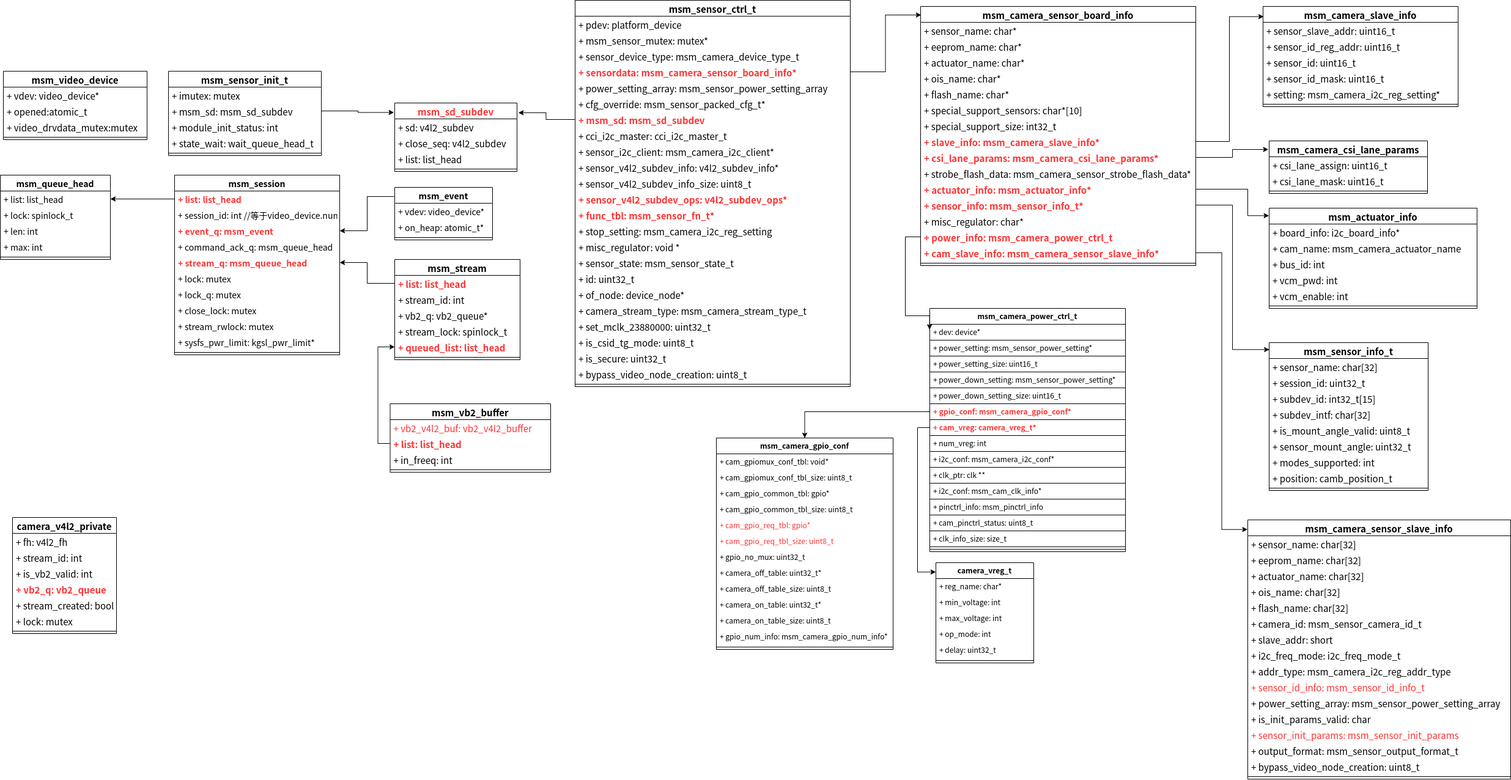
The draw.io diagram qcom v4l2 camera2类图.png in zhangmeizhen/test2, before a commit. Source tidied: cells renumbered, new cells last; positions are measured from the earlier drawing's top-left corner, leaving out a move shared by most shapes.
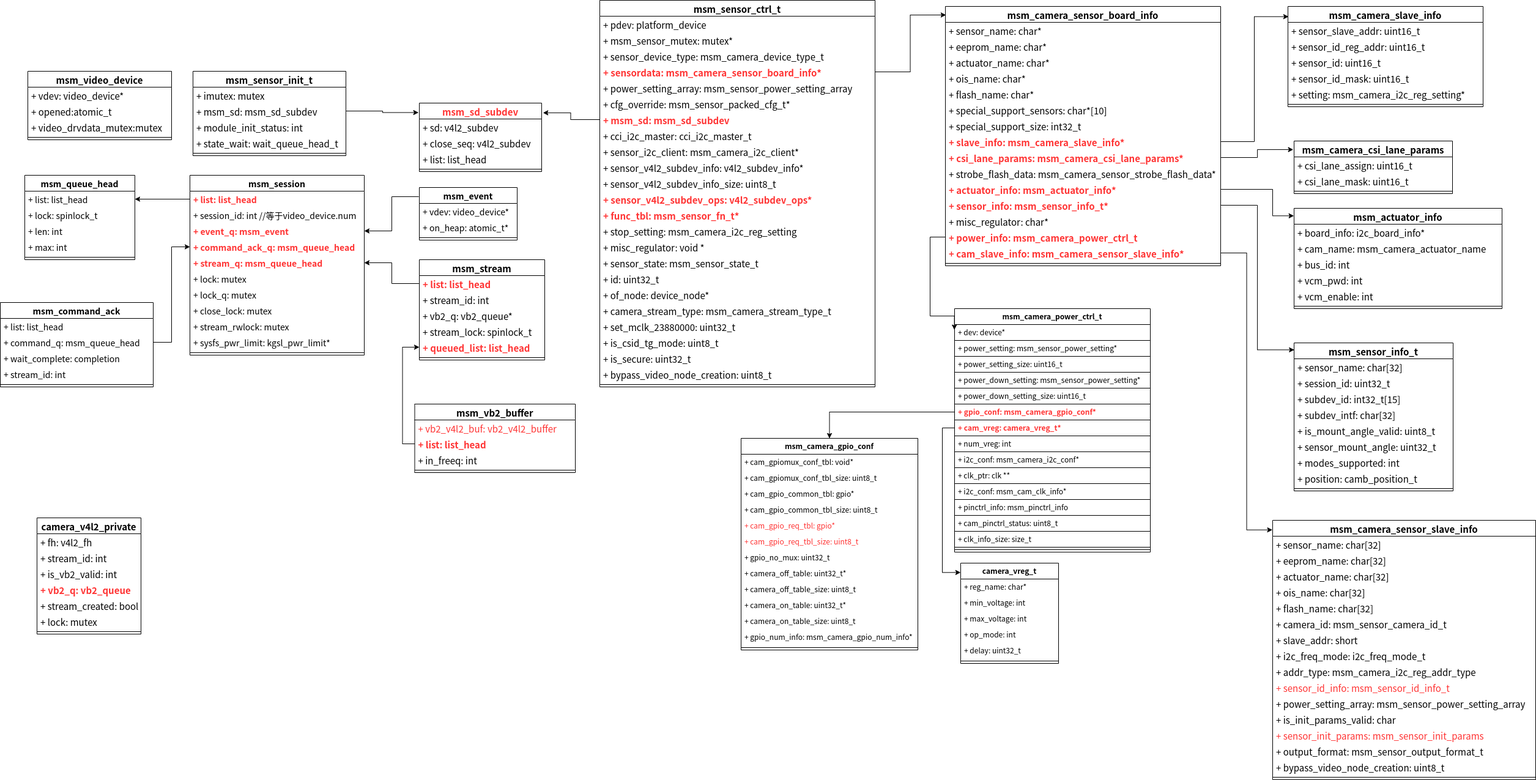
The same diagram one commit later.

Diff of the diagram source:
```diff
@@ -72,40 +72,40 @@
       <mxGeometry y="130" width="180" height="8" as="geometry" />
     </mxCell>
     <mxCell id="25" value="msm_session" style="swimlane;fontStyle=1;align=center;verticalAlign=top;horizontal=1;startSize=26;fontSize=14;fontColor=#000000;" parent="1" vertex="1">
-      <mxGeometry x="285" y="286" width="270" height="294" as="geometry" />
+      <mxGeometry x="270" y="286" width="285" height="294" as="geometry" />
     </mxCell>
     <mxCell id="26" value="+ list: list_head" style="text;strokeColor=none;fillColor=none;align=left;verticalAlign=top;spacingLeft=4;spacingRight=4;overflow=hidden;points=[[0,0.5],[1,0.5]];portConstraint=eastwest;fontSize=14;fontColor=#FF3333;fontStyle=1;" parent="25" vertex="1">
-      <mxGeometry y="26" width="270" height="26" as="geometry" />
+      <mxGeometry y="26" width="285" height="26" as="geometry" />
     </mxCell>
     <mxCell id="27" value="+ session_id: int //等于video_device.num" style="text;strokeColor=none;fillColor=none;align=left;verticalAlign=top;spacingLeft=4;spacingRight=4;overflow=hidden;fontSize=14;fontColor=#000000;" parent="25" vertex="1">
-      <mxGeometry y="52" width="270" height="26" as="geometry" />
+      <mxGeometry y="52" width="285" height="26" as="geometry" />
     </mxCell>
     <mxCell id="28" value="+ event_q: msm_event" style="text;strokeColor=none;fillColor=none;align=left;verticalAlign=top;spacingLeft=4;spacingRight=4;overflow=hidden;points=[[0,0.5],[1,0.5]];portConstraint=eastwest;fontSize=14;fontColor=#FF3333;fontStyle=1;" parent="25" vertex="1">
-      <mxGeometry y="78" width="270" height="26" as="geometry" />
+      <mxGeometry y="78" width="285" height="26" as="geometry" />
     </mxCell>
-    <mxCell id="29" value="+ command_ack_q: msm_queue_head" style="text;strokeColor=none;fillColor=none;align=left;verticalAlign=top;spacingLeft=4;spacingRight=4;overflow=hidden;points=[[0,0.5],[1,0.5]];portConstraint=eastwest;fontSize=14;fontColor=#000000;" parent="25" vertex="1">
-      <mxGeometry y="104" width="270" height="26" as="geometry" />
+    <mxCell id="29" value="+ command_ack_q: msm_queue_head" style="text;strokeColor=none;fillColor=none;align=left;verticalAlign=top;spacingLeft=4;spacingRight=4;overflow=hidden;points=[[0,0.5],[1,0.5]];portConstraint=eastwest;fontSize=14;fontColor=#FF3333;fontStyle=1;" parent="25" vertex="1">
+      <mxGeometry y="104" width="285" height="26" as="geometry" />
     </mxCell>
     <mxCell id="30" value="+ stream_q: msm_queue_head" style="text;strokeColor=none;fillColor=none;align=left;verticalAlign=top;spacingLeft=4;spacingRight=4;overflow=hidden;points=[[0,0.5],[1,0.5]];portConstraint=eastwest;fontSize=14;fontColor=#FF3333;fontStyle=1;" parent="25" vertex="1">
-      <mxGeometry y="130" width="270" height="26" as="geometry" />
+      <mxGeometry y="130" width="285" height="26" as="geometry" />
     </mxCell>
     <mxCell id="31" value="+ lock: mutex" style="text;strokeColor=none;fillColor=none;align=left;verticalAlign=top;spacingLeft=4;spacingRight=4;overflow=hidden;fontSize=14;fontColor=#000000;" parent="25" vertex="1">
-      <mxGeometry y="156" width="270" height="26" as="geometry" />
+      <mxGeometry y="156" width="285" height="26" as="geometry" />
     </mxCell>
     <mxCell id="32" value="+ lock_q: mutex" style="text;strokeColor=none;fillColor=none;align=left;verticalAlign=top;spacingLeft=4;spacingRight=4;overflow=hidden;fontSize=14;fontColor=#000000;" parent="25" vertex="1">
-      <mxGeometry y="182" width="270" height="26" as="geometry" />
+      <mxGeometry y="182" width="285" height="26" as="geometry" />
     </mxCell>
     <mxCell id="33" value="+ close_lock: mutex" style="text;strokeColor=none;fillColor=none;align=left;verticalAlign=top;spacingLeft=4;spacingRight=4;overflow=hidden;fontSize=14;fontColor=#000000;" parent="25" vertex="1">
-      <mxGeometry y="208" width="270" height="26" as="geometry" />
+      <mxGeometry y="208" width="285" height="26" as="geometry" />
     </mxCell>
     <mxCell id="34" value="+ stream_rwlock: mutex" style="text;strokeColor=none;fillColor=none;align=left;verticalAlign=top;spacingLeft=4;spacingRight=4;overflow=hidden;fontSize=14;fontColor=#000000;" parent="25" vertex="1">
-      <mxGeometry y="234" width="270" height="26" as="geometry" />
+      <mxGeometry y="234" width="285" height="26" as="geometry" />
     </mxCell>
     <mxCell id="35" value="+ sysfs_pwr_limit: kgsl_pwr_limit*" style="text;strokeColor=none;fillColor=none;align=left;verticalAlign=top;spacingLeft=4;spacingRight=4;overflow=hidden;fontSize=14;fontColor=#000000;" parent="25" vertex="1">
-      <mxGeometry y="260" width="270" height="26" as="geometry" />
+      <mxGeometry y="260" width="285" height="26" as="geometry" />
     </mxCell>
     <mxCell id="36" style="line;strokeWidth=1;fillColor=none;align=left;verticalAlign=middle;spacingTop=-1;spacingLeft=3;spacingRight=3;labelPosition=right;fontSize=14;fontColor=#000000;" parent="25" vertex="1">
-      <mxGeometry y="286" width="270" height="8" as="geometry" />
+      <mxGeometry y="286" width="285" height="8" as="geometry" />
     </mxCell>
     <mxCell id="37" style="edgeStyle=orthogonalEdgeStyle;rounded=0;jettySize=auto;html=1;entryX=1;entryY=0.5;entryDx=0;entryDy=0;fontSize=14;fontColor=#000000;" parent="1" edge="1" source="26" target="20">
       <mxGeometry relative="1" as="geometry" />
@@ -603,5 +603,26 @@
     <mxCell id="198" style="line;strokeWidth=1;fillColor=none;align=left;verticalAlign=middle;spacingTop=-1;spacingLeft=3;spacingRight=3;labelPosition=right;fontSize=15;fontColor=#000000;" parent="191" vertex="1">
       <mxGeometry y="182" width="170" height="8" as="geometry" />
     </mxCell>
+    <mxCell id="199" value="msm_command_ack" style="swimlane;fontStyle=1;align=center;verticalAlign=top;horizontal=1;startSize=26;fontSize=14;fontColor=#000000;" parent="1" vertex="1">
+      <mxGeometry x="-40" y="494" width="250" height="138" as="geometry" />
+    </mxCell>
+    <mxCell id="200" value="+ list: list_head" style="text;strokeColor=none;fillColor=none;align=left;verticalAlign=top;spacingLeft=4;spacingRight=4;overflow=hidden;fontSize=14;fontColor=#000000;" parent="199" vertex="1">
+      <mxGeometry y="26" width="250" height="26" as="geometry" />
+    </mxCell>
+    <mxCell id="201" value="+ command_q: msm_queue_head" style="text;strokeColor=none;fillColor=none;align=left;verticalAlign=top;spacingLeft=4;spacingRight=4;overflow=hidden;points=[[0,0.5],[1,0.5]];portConstraint=eastwest;fontSize=14;fontColor=#000000;" parent="199" vertex="1">
+      <mxGeometry y="52" width="250" height="26" as="geometry" />
+    </mxCell>
+    <mxCell id="202" value="+ wait_complete: completion" style="text;strokeColor=none;fillColor=none;align=left;verticalAlign=top;spacingLeft=4;spacingRight=4;overflow=hidden;fontSize=14;fontColor=#000000;" parent="199" vertex="1">
+      <mxGeometry y="78" width="250" height="26" as="geometry" />
+    </mxCell>
+    <mxCell id="203" value="+ stream_id: int" style="text;strokeColor=none;fillColor=none;align=left;verticalAlign=top;spacingLeft=4;spacingRight=4;overflow=hidden;fontSize=14;fontColor=#000000;" parent="199" vertex="1">
+      <mxGeometry y="104" width="250" height="26" as="geometry" />
+    </mxCell>
+    <mxCell id="204" style="line;strokeWidth=1;fillColor=none;align=left;verticalAlign=middle;spacingTop=-1;spacingLeft=3;spacingRight=3;labelPosition=right;fontSize=14;fontColor=#000000;" parent="199" vertex="1">
+      <mxGeometry y="130" width="250" height="8" as="geometry" />
+    </mxCell>
+    <mxCell id="205" style="edgeStyle=orthogonalEdgeStyle;rounded=0;jettySize=auto;html=1;entryX=0;entryY=0.5;entryDx=0;entryDy=0;fontSize=15;fontColor=#FF3333;" parent="1" edge="1" source="201" target="29">
+      <mxGeometry relative="1" as="geometry" />
+    </mxCell>
   </root>
 </mxGraphModel>
```
